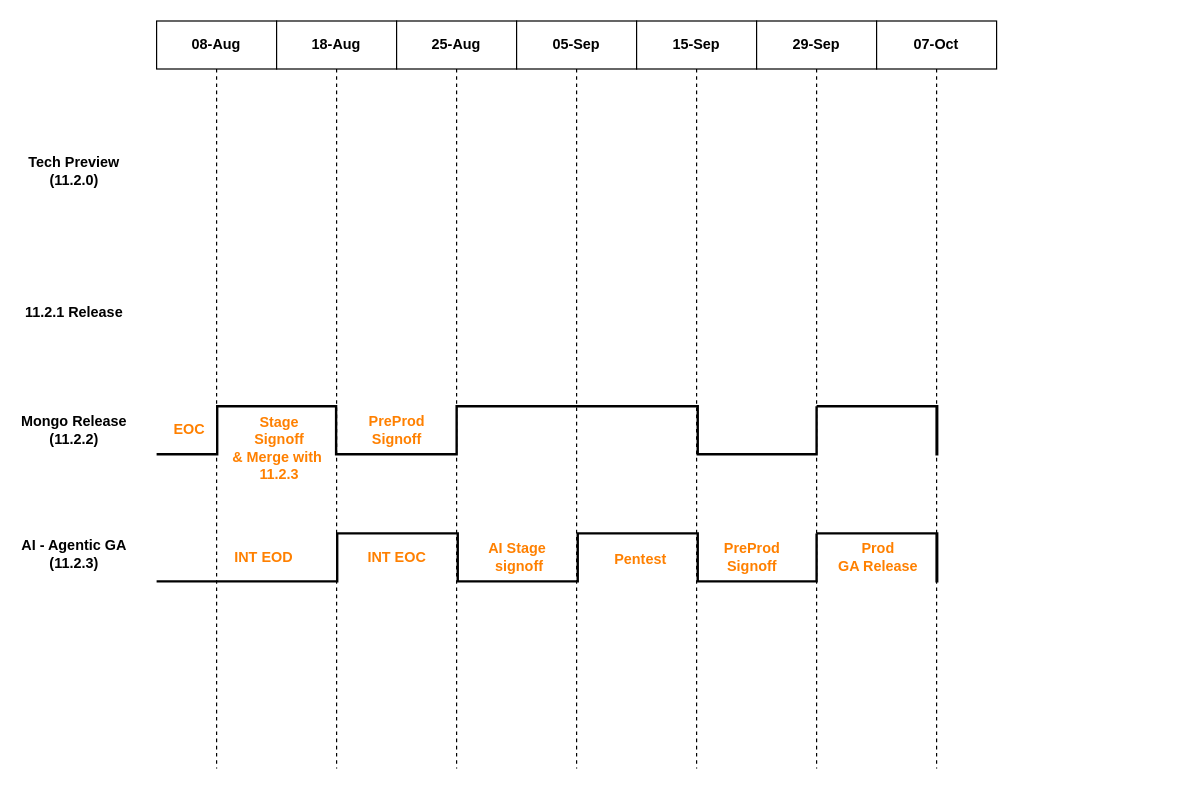
This is RelasePlanning.drawio from prasad-gsk-IBM/myibmrepo-prasad, a draw.io file, before an edit. Source tidied: cells renumbered, new cells numbered last; positions are measured from the earlier drawing's top-left corner, leaving out a move shared by most shapes. Both pictures are drawn from the tidied source at 120%, with x=0, y=0 at pixel (25, 20).
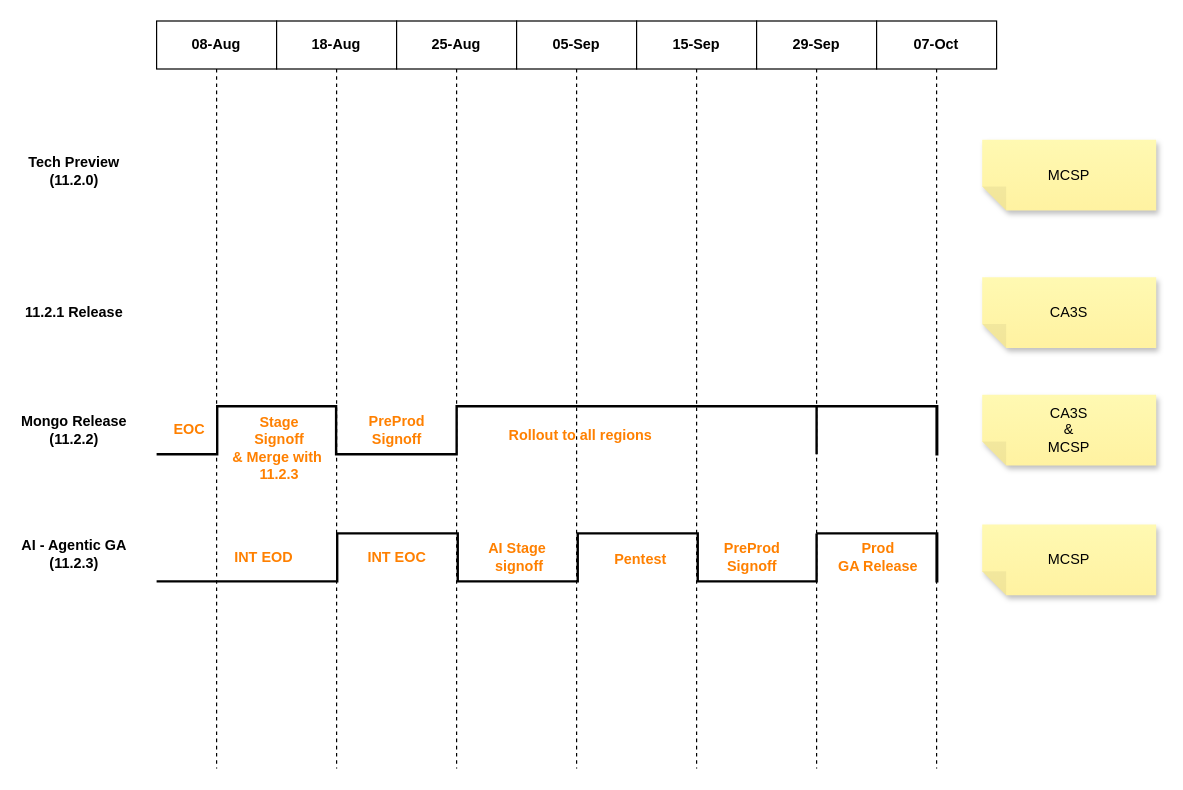
After the change.

Change to the diagram source:
```diff
@@
-    <mxCell id="21" style="verticalLabelPosition=bottom;html=1;verticalAlign=top;strokeWidth=2;shape=mxgraph.lean_mapping.timeline2;dx1=0;dy1=1;dx2=50.5;dy2=0.316;dx3=149.591;dy3=1;dx4=250.045;dy4=0;dx5=450.955;dy5=0.78;dy6=0;" parent="1" vertex="1">
+    <mxCell id="21" style="verticalLabelPosition=bottom;html=1;verticalAlign=top;strokeWidth=2;shape=mxgraph.lean_mapping.timeline2;dx1=0;dy1=1;dx2=50.5;dy2=0.316;dx3=149.591;dy3=1;dx4=250.045;dy4=0;dx5=550;dy5=0.691;dy6=0;" parent="1" vertex="1">
       <mxGeometry x="109" y="321" width="550" height="40" as="geometry" />
     </mxCell>
@@
+    <mxCell id="26" value="MCSP" style="shape=note;whiteSpace=wrap;html=1;backgroundOutline=1;fontColor=#000000;darkOpacity=0.05;fillColor=#FFF9B2;strokeColor=none;fillStyle=solid;direction=west;gradientDirection=north;gradientColor=#FFF2A1;shadow=1;size=20;" parent="1" vertex="1">
+      <mxGeometry x="797" y="419.5" width="145" height="59" as="geometry" />
+    </mxCell>
+    <mxCell id="27" value="&lt;div&gt;CA3S&lt;/div&gt;&lt;div&gt;&amp;amp;&lt;/div&gt;MCSP" style="shape=note;whiteSpace=wrap;html=1;backgroundOutline=1;fontColor=#000000;darkOpacity=0.05;fillColor=#FFF9B2;strokeColor=none;fillStyle=solid;direction=west;gradientDirection=north;gradientColor=#FFF2A1;shadow=1;size=20;" parent="1" vertex="1">
+      <mxGeometry x="797" y="311.5" width="145" height="59" as="geometry" />
+    </mxCell>
+    <mxCell id="28" value="&lt;div&gt;CA3S&lt;/div&gt;" style="shape=note;whiteSpace=wrap;html=1;backgroundOutline=1;fontColor=#000000;darkOpacity=0.05;fillColor=#FFF9B2;strokeColor=none;fillStyle=solid;direction=west;gradientDirection=north;gradientColor=#FFF2A1;shadow=1;size=20;" parent="1" vertex="1">
+      <mxGeometry x="797" y="213.5" width="145" height="59" as="geometry" />
+    </mxCell>
+    <mxCell id="29" value="&lt;div&gt;MCSP&lt;/div&gt;" style="shape=note;whiteSpace=wrap;html=1;backgroundOutline=1;fontColor=#000000;darkOpacity=0.05;fillColor=#FFF9B2;strokeColor=none;fillStyle=solid;direction=west;gradientDirection=north;gradientColor=#FFF2A1;shadow=1;size=20;" parent="1" vertex="1">
+      <mxGeometry x="797" y="99" width="145" height="59" as="geometry" />
+    </mxCell>
+    <mxCell id="30" value="Rollout to all regions" style="text;align=center;fontStyle=1;verticalAlign=middle;spacingLeft=3;spacingRight=3;strokeColor=none;html=1;fontColor=#FF8000;" parent="1" vertex="1">
+      <mxGeometry x="422" y="333" width="80" height="26" as="geometry" />
+    </mxCell>
```
